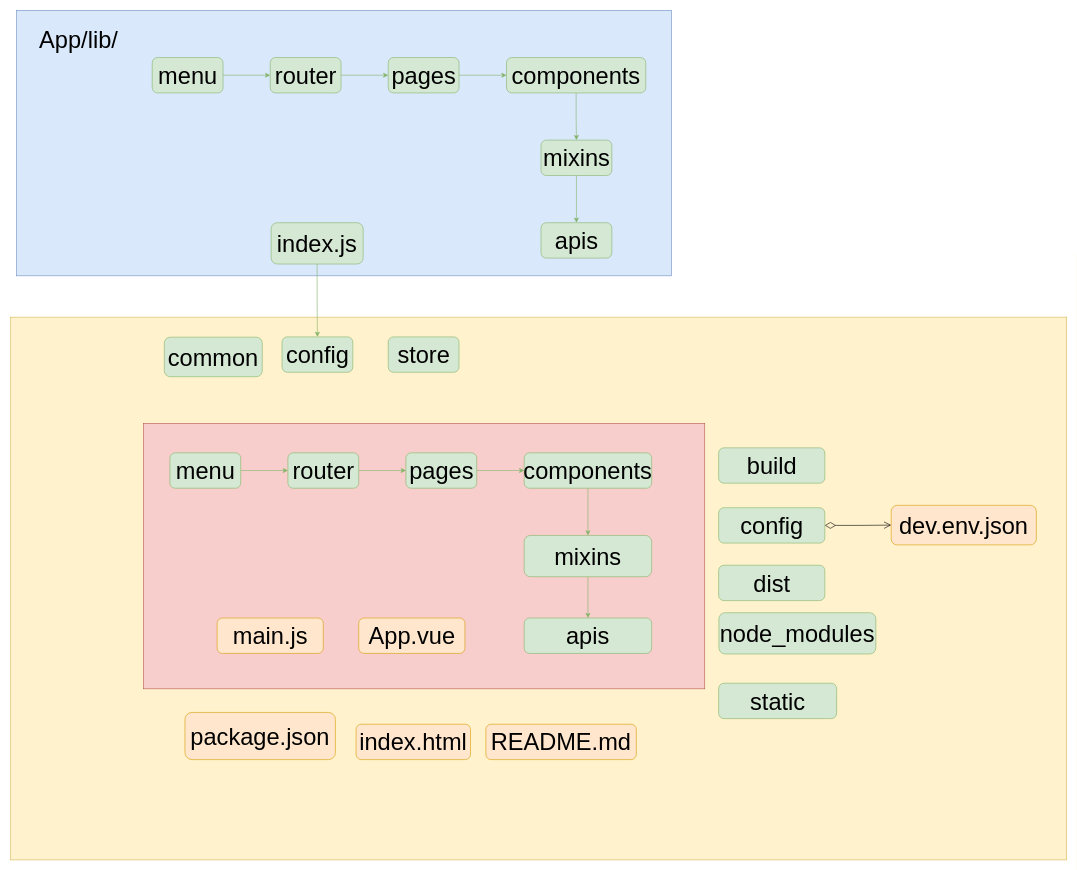
atanx/atanx.github.io keeps this draw.io diagram as page "vueProject" (2 of 2) of assets/drawio/vue.drawio. Above is the earlier version. Source tidied: cells renumbered, new cells numbered last; positions are measured from the earlier drawing's top-left corner, leaving out a move shared by most shapes. Both pictures are drawn from the tidied source at 59%, with x=0, y=0 at pixel (10, 10).
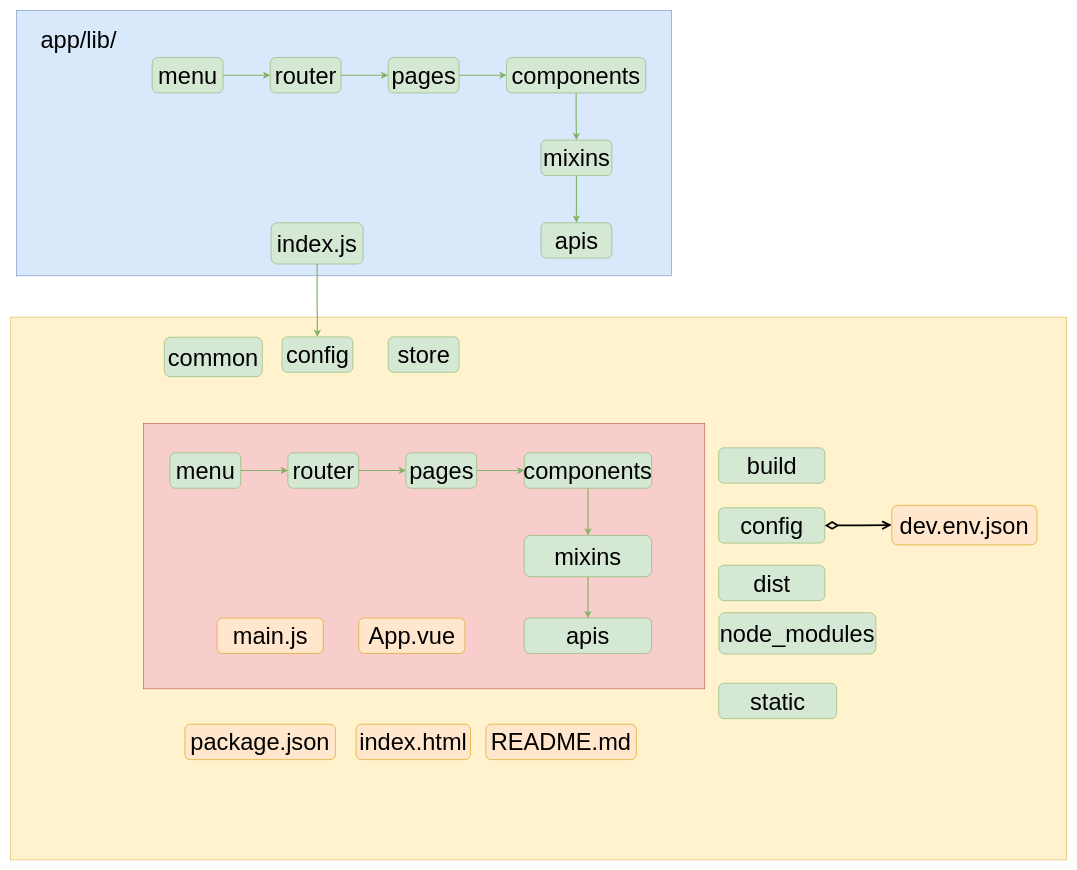
The same page after the edit.

Unchanged cells that the change refers to:
```xml
<mxCell id="6" value="&lt;font style=&quot;font-size: 40px;&quot;&gt;menu&lt;/font&gt;" style="rounded=1;whiteSpace=wrap;html=1;fillColor=#d5e8d4;strokeColor=#82b366;fontSize=40;" parent="1" vertex="1">
  <mxGeometry x="240.5" y="80" width="120" height="60" as="geometry" />
</mxCell>
<mxCell id="8" value="&lt;span style=&quot;font-size: 40px;&quot;&gt;router&lt;/span&gt;" style="rounded=1;whiteSpace=wrap;html=1;fillColor=#d5e8d4;strokeColor=#82b366;fontSize=40;" parent="1" vertex="1">
  <mxGeometry x="440.5" y="80" width="120" height="60" as="geometry" />
</mxCell>
<mxCell id="10" value="&lt;span style=&quot;font-size: 40px;&quot;&gt;pages&lt;/span&gt;" style="rounded=1;whiteSpace=wrap;html=1;fillColor=#d5e8d4;strokeColor=#82b366;fontSize=40;" parent="1" vertex="1">
  <mxGeometry x="640.5" y="80" width="120" height="60" as="geometry" />
</mxCell>
<mxCell id="12" value="&lt;span style=&quot;font-size: 40px;&quot;&gt;components&lt;/span&gt;" style="rounded=1;whiteSpace=wrap;html=1;fillColor=#d5e8d4;strokeColor=#82b366;fontSize=40;" parent="1" vertex="1">
  <mxGeometry x="841" y="80" width="236" height="60" as="geometry" />
</mxCell>
<mxCell id="14" value="&lt;span style=&quot;font-size: 40px;&quot;&gt;mixins&lt;/span&gt;" style="rounded=1;whiteSpace=wrap;html=1;fillColor=#d5e8d4;strokeColor=#82b366;fontSize=40;" parent="1" vertex="1">
  <mxGeometry x="899.5" y="220" width="120" height="60" as="geometry" />
</mxCell>
<mxCell id="15" value="&lt;span style=&quot;font-size: 40px;&quot;&gt;apis&lt;/span&gt;" style="rounded=1;whiteSpace=wrap;html=1;fillColor=#d5e8d4;strokeColor=#82b366;fontSize=40;" parent="1" vertex="1">
  <mxGeometry x="899.5" y="360" width="120" height="60" as="geometry" />
</mxCell>
<mxCell id="17" value="&lt;span style=&quot;font-size: 40px;&quot;&gt;index.js&lt;/span&gt;" style="rounded=1;whiteSpace=wrap;html=1;fillColor=#d5e8d4;strokeColor=#82b366;fontSize=40;" parent="1" vertex="1">
  <mxGeometry x="442" y="360" width="156" height="70" as="geometry" />
</mxCell>
<mxCell id="18" value="&lt;span style=&quot;font-size: 40px;&quot;&gt;config&lt;/span&gt;" style="rounded=1;whiteSpace=wrap;html=1;fillColor=#d5e8d4;strokeColor=#82b366;fontSize=40;" parent="1" vertex="1">
  <mxGeometry x="460.5" y="553.5" width="120" height="60" as="geometry" />
</mxCell>
<mxCell id="22" value="&lt;span style=&quot;font-size: 40px;&quot;&gt;menu&lt;/span&gt;" style="rounded=1;whiteSpace=wrap;html=1;fillColor=#d5e8d4;strokeColor=#82b366;fontSize=40;" parent="1" vertex="1">
  <mxGeometry x="270.5" y="750" width="120" height="60" as="geometry" />
</mxCell>
<mxCell id="24" value="&lt;span style=&quot;font-size: 40px;&quot;&gt;router&lt;/span&gt;" style="rounded=1;whiteSpace=wrap;html=1;fillColor=#d5e8d4;strokeColor=#82b366;fontSize=40;" parent="1" vertex="1">
  <mxGeometry x="470.5" y="750" width="120" height="60" as="geometry" />
</mxCell>
<mxCell id="26" value="&lt;span style=&quot;font-size: 40px;&quot;&gt;pages&lt;/span&gt;" style="rounded=1;whiteSpace=wrap;html=1;fillColor=#d5e8d4;strokeColor=#82b366;fontSize=40;" parent="1" vertex="1">
  <mxGeometry x="670.5" y="750" width="120" height="60" as="geometry" />
</mxCell>
<mxCell id="28" value="&lt;span style=&quot;font-size: 40px;&quot;&gt;components&lt;/span&gt;" style="rounded=1;whiteSpace=wrap;html=1;fillColor=#d5e8d4;strokeColor=#82b366;fontSize=40;" parent="1" vertex="1">
  <mxGeometry x="871" y="750" width="216" height="60" as="geometry" />
</mxCell>
<mxCell id="30" value="&lt;span style=&quot;font-size: 40px;&quot;&gt;mixins&lt;/span&gt;" style="rounded=1;whiteSpace=wrap;html=1;fillColor=#d5e8d4;strokeColor=#82b366;fontSize=40;" parent="1" vertex="1">
  <mxGeometry x="871" y="890" width="216" height="70" as="geometry" />
</mxCell>
<mxCell id="31" value="&lt;span style=&quot;font-size: 40px;&quot;&gt;apis&lt;/span&gt;" style="rounded=1;whiteSpace=wrap;html=1;fillColor=#d5e8d4;strokeColor=#82b366;fontSize=40;" parent="1" vertex="1">
  <mxGeometry x="871" y="1030" width="216" height="60" as="geometry" />
</mxCell>
<mxCell id="39" value="&lt;span style=&quot;font-size: 40px;&quot;&gt;config&lt;/span&gt;" style="rounded=1;whiteSpace=wrap;html=1;fillColor=#d5e8d4;strokeColor=#82b366;fontSize=40;" parent="1" vertex="1">
  <mxGeometry x="1200.5" y="843" width="180" height="60" as="geometry" />
</mxCell>
```

What changed in the source:
```diff
@@
-    <mxCell id="5" style="edgeStyle=orthogonalEdgeStyle;rounded=0;jettySize=auto;html=1;fillColor=#d5e8d4;strokeColor=#82b366;fontSize=40;" parent="1" edge="1" source="6" target="8">
+    <mxCell id="5" style="edgeStyle=orthogonalEdgeStyle;rounded=0;jettySize=auto;html=1;fillColor=#d5e8d4;strokeColor=#82b366;fontSize=40;strokeWidth=2;" parent="1" edge="1" source="6" target="8">
       <mxGeometry relative="1" as="geometry" />
     </mxCell>
@@
-    <mxCell id="7" style="edgeStyle=orthogonalEdgeStyle;rounded=0;jettySize=auto;html=1;fillColor=#d5e8d4;strokeColor=#82b366;fontSize=40;" parent="1" edge="1" source="8" target="10">
+    <mxCell id="7" style="edgeStyle=orthogonalEdgeStyle;rounded=0;jettySize=auto;html=1;fillColor=#d5e8d4;strokeColor=#82b366;fontSize=40;strokeWidth=2;" parent="1" edge="1" source="8" target="10">
       <mxGeometry relative="1" as="geometry" />
     </mxCell>
@@
-    <mxCell id="9" style="edgeStyle=orthogonalEdgeStyle;rounded=0;jettySize=auto;html=1;fillColor=#d5e8d4;strokeColor=#82b366;fontSize=40;" parent="1" edge="1" source="10" target="12">
+    <mxCell id="9" style="edgeStyle=orthogonalEdgeStyle;rounded=0;jettySize=auto;html=1;fillColor=#d5e8d4;strokeColor=#82b366;fontSize=40;strokeWidth=2;" parent="1" edge="1" source="10" target="12">
       <mxGeometry relative="1" as="geometry" />
     </mxCell>
@@
-    <mxCell id="11" style="edgeStyle=orthogonalEdgeStyle;rounded=0;jettySize=auto;html=1;fillColor=#d5e8d4;strokeColor=#82b366;fontSize=40;" parent="1" edge="1" source="12" target="14">
+    <mxCell id="11" style="edgeStyle=orthogonalEdgeStyle;rounded=0;jettySize=auto;html=1;fillColor=#d5e8d4;strokeColor=#82b366;fontSize=40;strokeWidth=2;" parent="1" edge="1" source="12" target="14">
       <mxGeometry relative="1" as="geometry" />
     </mxCell>
@@
-    <mxCell id="13" style="edgeStyle=orthogonalEdgeStyle;rounded=0;jettySize=auto;html=1;fillColor=#d5e8d4;strokeColor=#82b366;fontSize=40;" parent="1" edge="1" source="14" target="15">
+    <mxCell id="13" style="edgeStyle=orthogonalEdgeStyle;rounded=0;jettySize=auto;html=1;fillColor=#d5e8d4;strokeColor=#82b366;fontSize=40;strokeWidth=2;" parent="1" edge="1" source="14" target="15">
       <mxGeometry relative="1" as="geometry" />
     </mxCell>
@@
-    <mxCell id="16" style="edgeStyle=orthogonalEdgeStyle;rounded=0;jettySize=auto;html=1;fillColor=#d5e8d4;strokeColor=#82b366;fontSize=40;" parent="1" edge="1" source="17" target="18">
+    <mxCell id="16" style="edgeStyle=orthogonalEdgeStyle;rounded=0;jettySize=auto;html=1;fillColor=#d5e8d4;strokeColor=#82b366;fontSize=40;strokeWidth=2;" parent="1" edge="1" source="17" target="18">
       <mxGeometry relative="1" as="geometry" />
     </mxCell>
@@
-    <mxCell id="21" style="edgeStyle=orthogonalEdgeStyle;rounded=0;jettySize=auto;html=1;fillColor=#d5e8d4;strokeColor=#82b366;fontSize=40;" parent="1" edge="1" source="22" target="24">
+    <mxCell id="21" style="edgeStyle=orthogonalEdgeStyle;rounded=0;jettySize=auto;html=1;fillColor=#d5e8d4;strokeColor=#82b366;fontSize=40;strokeWidth=2;" parent="1" edge="1" source="22" target="24">
       <mxGeometry relative="1" as="geometry" />
     </mxCell>
@@
-    <mxCell id="23" style="edgeStyle=orthogonalEdgeStyle;rounded=0;jettySize=auto;html=1;fillColor=#d5e8d4;strokeColor=#82b366;fontSize=40;" parent="1" edge="1" source="24" target="26">
+    <mxCell id="23" style="edgeStyle=orthogonalEdgeStyle;rounded=0;jettySize=auto;html=1;fillColor=#d5e8d4;strokeColor=#82b366;fontSize=40;strokeWidth=2;" parent="1" edge="1" source="24" target="26">
       <mxGeometry relative="1" as="geometry" />
     </mxCell>
@@
-    <mxCell id="25" style="edgeStyle=orthogonalEdgeStyle;rounded=0;jettySize=auto;html=1;fillColor=#d5e8d4;strokeColor=#82b366;fontSize=40;" parent="1" edge="1" source="26" target="28">
+    <mxCell id="25" style="edgeStyle=orthogonalEdgeStyle;rounded=0;jettySize=auto;html=1;fillColor=#d5e8d4;strokeColor=#82b366;fontSize=40;strokeWidth=2;" parent="1" edge="1" source="26" target="28">
       <mxGeometry relative="1" as="geometry" />
     </mxCell>
@@
-    <mxCell id="27" style="edgeStyle=orthogonalEdgeStyle;rounded=0;jettySize=auto;html=1;fillColor=#d5e8d4;strokeColor=#82b366;fontSize=40;" parent="1" edge="1" source="28" target="30">
+    <mxCell id="27" style="edgeStyle=orthogonalEdgeStyle;rounded=0;jettySize=auto;html=1;fillColor=#d5e8d4;strokeColor=#82b366;fontSize=40;strokeWidth=2;" parent="1" edge="1" source="28" target="30">
       <mxGeometry relative="1" as="geometry" />
     </mxCell>
@@
-    <mxCell id="29" style="edgeStyle=orthogonalEdgeStyle;rounded=0;jettySize=auto;html=1;fillColor=#d5e8d4;strokeColor=#82b366;fontSize=40;" parent="1" edge="1" source="30" target="31">
+    <mxCell id="29" style="edgeStyle=orthogonalEdgeStyle;rounded=0;jettySize=auto;html=1;fillColor=#d5e8d4;strokeColor=#82b366;fontSize=40;strokeWidth=2;" parent="1" edge="1" source="30" target="31">
       <mxGeometry relative="1" as="geometry" />
     </mxCell>
@@
     <mxCell id="34" value="&lt;span style=&quot;font-size: 40px;&quot;&gt;package.json&lt;/span&gt;" style="rounded=1;whiteSpace=wrap;html=1;fillColor=#ffe6cc;strokeColor=#d79b00;fontSize=40;" parent="1" vertex="1">
-      <mxGeometry x="296" y="1190" width="255" height="80" as="geometry" />
+      <mxGeometry x="296" y="1210" width="255" height="60" as="geometry" />
     </mxCell>
@@
-    <mxCell id="38" style="edgeStyle=orthogonalEdgeStyle;rounded=0;jettySize=auto;html=1;exitX=1;exitY=0.5;exitDx=0;exitDy=0;entryX=0;entryY=0.5;entryDx=0;entryDy=0;startArrow=diamondThin;startFill=0;endArrow=open;endFill=0;endSize=10;startSize=16;fontSize=40;" parent="1" edge="1" source="39" target="43">
+    <mxCell id="38" style="edgeStyle=orthogonalEdgeStyle;rounded=0;jettySize=auto;html=1;exitX=1;exitY=0.5;exitDx=0;exitDy=0;entryX=0;entryY=0.5;entryDx=0;entryDy=0;startArrow=diamondThin;startFill=0;endArrow=open;endFill=0;endSize=10;startSize=16;fontSize=40;strokeWidth=3;" parent="1" edge="1" source="39" target="43">
       <mxGeometry relative="1" as="geometry" />
     </mxCell>
@@
     <mxCell id="43" value="&lt;span style=&quot;font-size: 40px;&quot;&gt;dev.env.json&lt;/span&gt;" style="rounded=1;whiteSpace=wrap;html=1;fillColor=#ffe6cc;strokeColor=#d79b00;fontSize=40;" parent="1" vertex="1">
-      <mxGeometry x="1493" y="839" width="246" height="67" as="geometry" />
+      <mxGeometry x="1494" y="839" width="246" height="67" as="geometry" />
     </mxCell>
-    <mxCell id="44" value="App/lib/" style="text;html=1;strokeColor=none;fillColor=none;align=center;verticalAlign=middle;whiteSpace=wrap;rounded=0;fontSize=40;" parent="1" vertex="1">
+    <mxCell id="44" value="app/lib/" style="text;html=1;strokeColor=none;fillColor=none;align=center;verticalAlign=middle;whiteSpace=wrap;rounded=0;fontSize=40;" parent="1" vertex="1">
       <mxGeometry x="36" y="20" width="160" height="60" as="geometry" />
     </mxCell>
```
